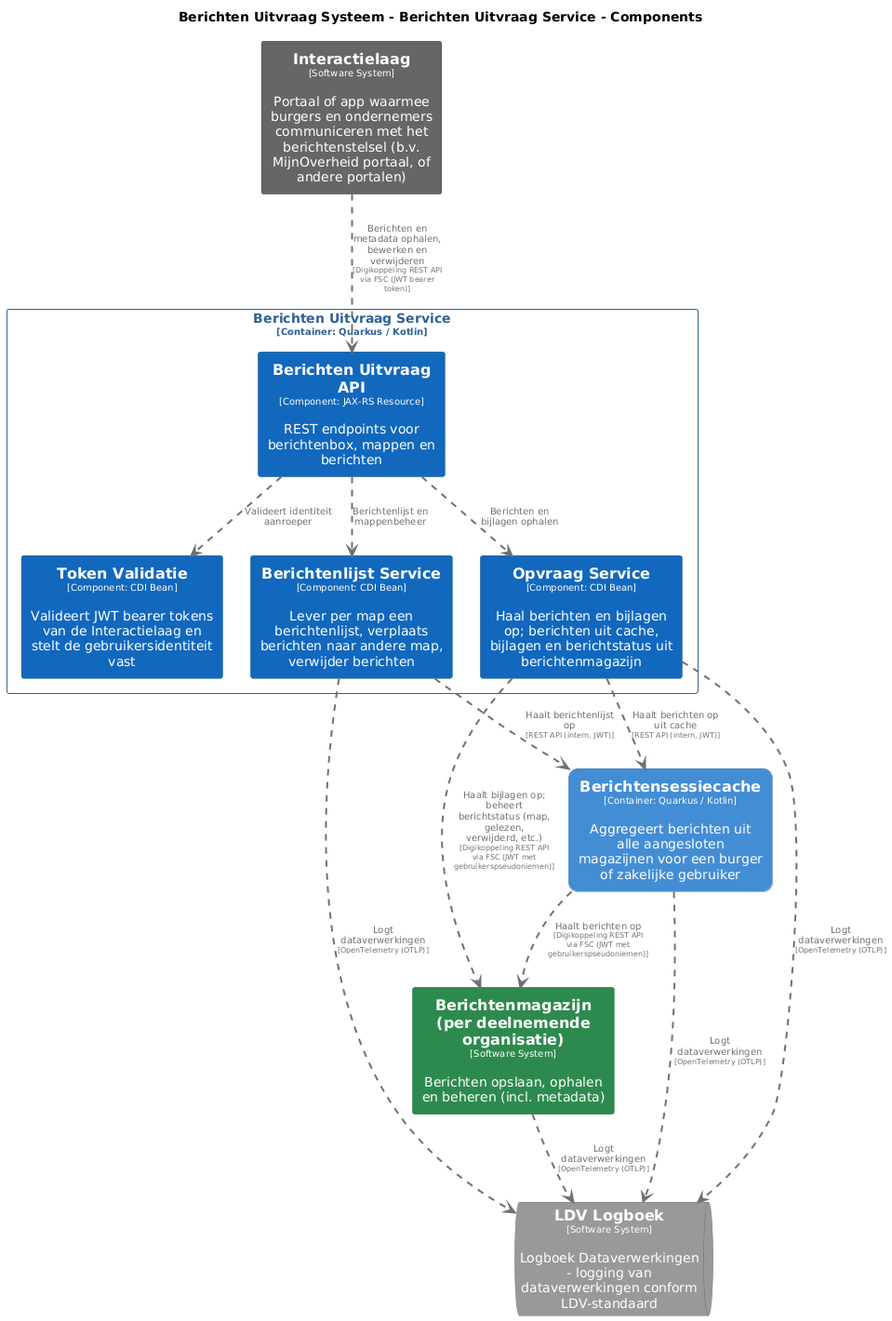
The PlantUML diagram pr-preview/pr-22/master/png/BerichtenUitvraagServiceComponenten.png in MinBZK/moza-poc-fbs-berichtenbox, before a commit.
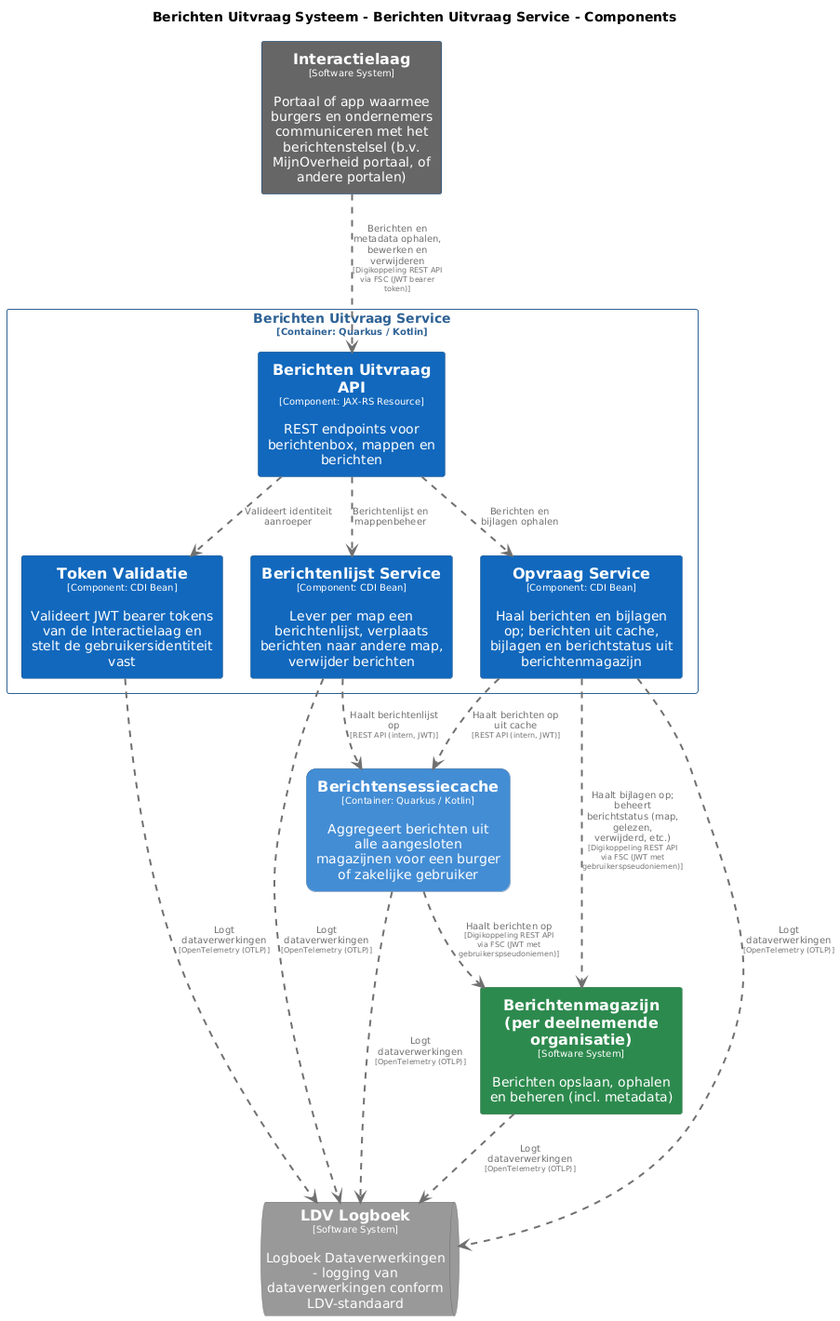
The same diagram one commit later.

What changed in the source:
```diff
@@ -85,6 +85,7 @@
 BerichtenUitvraagSysteem.Berichtensessiecache .[#707070,thickness=2].> Berichtenmagazijnperdeelnemendeorganisatie : "<color:#707070>Haalt berichten op\n<color:#707070><size:8>[Digikoppeling REST API via FSC (JWT met gebruikerspseudoniemen)]</size>"
 Berichtenmagazijnperdeelnemendeorganisatie .[#707070,thickness=2].> LDVLogboek : "<color:#707070>Logt dataverwerkingen\n<color:#707070><size:8>[OpenTelemetry (OTLP)]</size>"
 BerichtenUitvraagSysteem.Berichtensessiecache .[#707070,thickness=2].> LDVLogboek : "<color:#707070>Logt dataverwerkingen\n<color:#707070><size:8>[OpenTelemetry (OTLP)]</size>"
+BerichtenUitvraagSysteem.BerichtenUitvraagService.TokenValidatie .[#707070,thickness=2].> LDVLogboek : "<color:#707070>Logt dataverwerkingen\n<color:#707070><size:8>[OpenTelemetry (OTLP)]</size>"
 BerichtenUitvraagSysteem.BerichtenUitvraagService.BerichtenlijstService .[#707070,thickness=2].> LDVLogboek : "<color:#707070>Logt dataverwerkingen\n<color:#707070><size:8>[OpenTelemetry (OTLP)]</size>"
 BerichtenUitvraagSysteem.BerichtenUitvraagService.OpvraagService .[#707070,thickness=2].> LDVLogboek : "<color:#707070>Logt dataverwerkingen\n<color:#707070><size:8>[OpenTelemetry (OTLP)]</size>"
 BerichtenUitvraagSysteem.BerichtenUitvraagService.BerichtenUitvraagAPI .[#707070,thickness=2].> BerichtenUitvraagSysteem.BerichtenUitvraagService.TokenValidatie : "<color:#707070>Valideert identiteit aanroeper"
```
